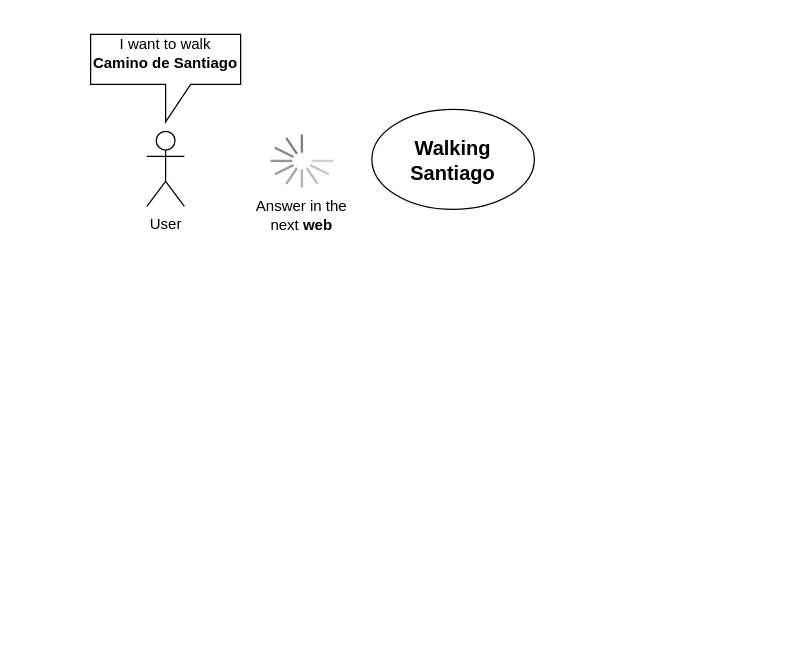
The draw.io diagram Untitled Diagram.drawio in llsalvat/web_ggats, before the edit. Source tidied: cells renumbered, new cells numbered last; positions are measured from the earlier drawing's top-left corner, leaving out a move shared by most shapes. Both pictures are drawn from the tidied source at 125%, with x=0, y=0 at pixel (90, 34).
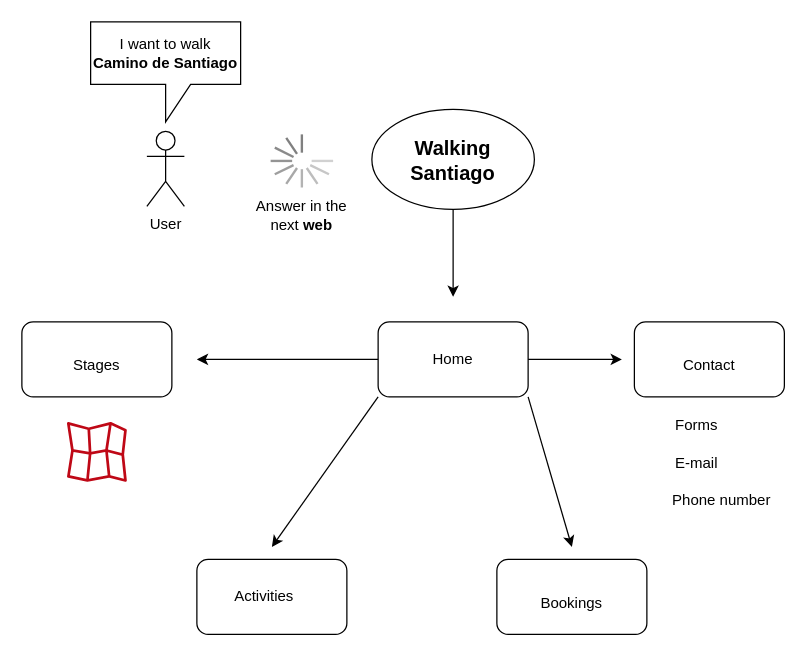
Above is the later version.

The change refers to these unchanged cells:
```xml
<mxCell id="6" style="ellipse;whiteSpace=wrap;html=1;" parent="1" vertex="1">
  <mxGeometry x="225" y="60" width="130" height="80" as="geometry" />
</mxCell>
```

Change to the diagram source:
```diff
@@
     <mxCell id="2" style="shape=callout;whiteSpace=wrap;html=1;perimeter=calloutPerimeter;" parent="1" vertex="1">
-      <mxGeometry width="120" height="70" as="geometry" />
+      <mxGeometry y="-10" width="120" height="80" as="geometry" />
     </mxCell>
@@
+    <mxCell id="9" style="endArrow=classic;html=1;rounded=0;exitX=0.5;exitY=1;exitDx=0;exitDy=0;" parent="1" edge="1" source="6">
+      <mxGeometry relative="1" as="geometry">
+        <mxPoint x="290" y="210" as="targetPoint" />
+      </mxGeometry>
+    </mxCell>
+    <mxCell id="10" value="Home" style="rounded=1;whiteSpace=wrap;html=1;" parent="1" vertex="1">
+      <mxGeometry x="230" y="230" width="120" height="60" as="geometry" />
+    </mxCell>
+    <mxCell id="11" style="endArrow=classic;html=1;rounded=0;exitX=0;exitY=0.5;exitDx=0;exitDy=0;" parent="1" edge="1" source="10">
+      <mxGeometry relative="1" as="geometry">
+        <mxPoint x="85" y="260" as="targetPoint" />
+      </mxGeometry>
+    </mxCell>
+    <mxCell id="12" style="endArrow=classic;html=1;rounded=0;exitX=0;exitY=1;exitDx=0;exitDy=0;" parent="1" edge="1" source="10">
+      <mxGeometry relative="1" as="geometry">
+        <mxPoint x="145" y="410" as="targetPoint" />
+      </mxGeometry>
+    </mxCell>
+    <mxCell id="13" style="endArrow=classic;html=1;rounded=0;exitX=1;exitY=0.5;exitDx=0;exitDy=0;" parent="1" edge="1" source="10">
+      <mxGeometry relative="1" as="geometry">
+        <mxPoint x="425" y="260" as="targetPoint" />
+      </mxGeometry>
+    </mxCell>
+    <mxCell id="14" style="rounded=1;whiteSpace=wrap;html=1;" parent="1" vertex="1">
+      <mxGeometry x="-55" y="230" width="120" height="60" as="geometry" />
+    </mxCell>
+    <mxCell id="15" style="rounded=1;whiteSpace=wrap;html=1;" parent="1" vertex="1">
+      <mxGeometry x="85" y="420" width="120" height="60" as="geometry" />
+    </mxCell>
+    <mxCell id="16" style="rounded=1;whiteSpace=wrap;html=1;" parent="1" vertex="1">
+      <mxGeometry x="435" y="230" width="120" height="60" as="geometry" />
+    </mxCell>
+    <mxCell id="17" style="rounded=1;whiteSpace=wrap;html=1;" parent="1" vertex="1">
+      <mxGeometry x="325" y="420" width="120" height="60" as="geometry" />
+    </mxCell>
+    <mxCell id="18" style="endArrow=classic;html=1;rounded=0;exitX=1;exitY=1;exitDx=0;exitDy=0;" parent="1" edge="1" source="10">
+      <mxGeometry relative="1" as="geometry">
+        <mxPoint x="385" y="410" as="targetPoint" />
+      </mxGeometry>
+    </mxCell>
+    <mxCell id="19" value="Stages" style="text;html=1;strokeColor=none;fillColor=none;align=center;verticalAlign=middle;whiteSpace=wrap;rounded=0;" parent="1" vertex="1">
+      <mxGeometry x="-25" y="250" width="60" height="30" as="geometry" />
+    </mxCell>
+    <mxCell id="20" value="Bookings" style="text;html=1;strokeColor=none;fillColor=none;align=center;verticalAlign=middle;whiteSpace=wrap;rounded=0;" parent="1" vertex="1">
+      <mxGeometry x="355" y="440" width="60" height="30" as="geometry" />
+    </mxCell>
+    <mxCell id="21" value="Activities" style="text;html=1;strokeColor=none;fillColor=none;align=center;verticalAlign=middle;whiteSpace=wrap;rounded=0;" parent="1" vertex="1">
+      <mxGeometry x="109" y="435" width="60" height="30" as="geometry" />
+    </mxCell>
+    <mxCell id="22" value="Contact" style="text;html=1;strokeColor=none;fillColor=none;align=center;verticalAlign=middle;whiteSpace=wrap;rounded=0;" parent="1" vertex="1">
+      <mxGeometry x="465" y="250" width="60" height="30" as="geometry" />
+    </mxCell>
+    <mxCell id="23" style="sketch=0;fontColor=#232F3E;gradientColor=none;fillColor=#BF0816;strokeColor=none;dashed=0;verticalLabelPosition=bottom;verticalAlign=top;align=center;html=1;fontSize=12;fontStyle=0;shape=mxgraph.aws4.location_service_map;" parent="1" vertex="1">
+      <mxGeometry x="-19" y="310" width="48" height="48" as="geometry" />
+    </mxCell>
+    <mxCell id="24" value="Forms" style="text;html=1;strokeColor=none;fillColor=none;align=center;verticalAlign=middle;whiteSpace=wrap;rounded=0;" parent="1" vertex="1">
+      <mxGeometry x="435" y="298" width="100" height="30" as="geometry" />
+    </mxCell>
+    <mxCell id="25" value="E-mail" style="text;html=1;strokeColor=none;fillColor=none;align=center;verticalAlign=middle;whiteSpace=wrap;rounded=0;" parent="1" vertex="1">
+      <mxGeometry x="455" y="328" width="60" height="30" as="geometry" />
+    </mxCell>
+    <mxCell id="26" value="Phone number" style="text;html=1;strokeColor=none;fillColor=none;align=center;verticalAlign=middle;whiteSpace=wrap;rounded=0;" parent="1" vertex="1">
+      <mxGeometry x="455" y="358" width="100" height="30" as="geometry" />
+    </mxCell>
```
